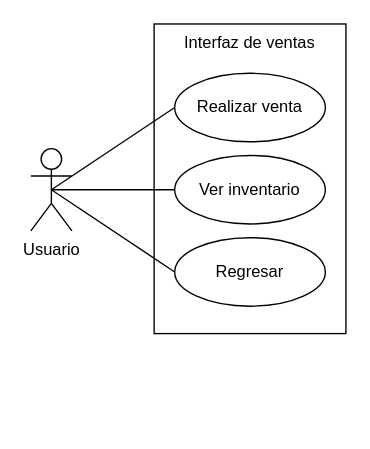
Earlier version of the draw.io diagram interfaz de ventas.drawio (Ovills/analisis). Source tidied: cells renumbered, new cells numbered last; positions are measured from the earlier drawing's top-left corner, leaving out a move shared by most shapes. Both pictures are drawn from the tidied source at 137%, with x=0, y=0 at pixel (30, 23).
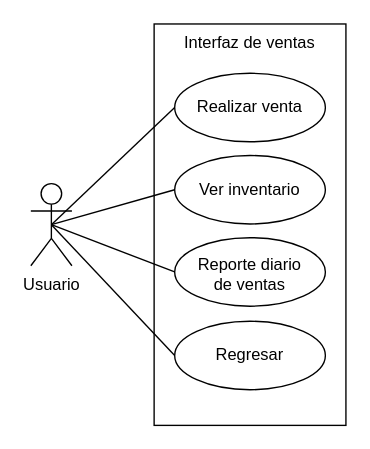
The same page after the edit.

Diff of the diagram source:
```diff
@@
 <mxGraphModel>
   <root>
     <mxCell id="0" />
     <mxCell id="1" parent="0" />
     <mxCell id="2" value="Usuario" style="shape=umlActor;verticalLabelPosition=bottom;verticalAlign=top;html=1;outlineConnect=0;fillColor=none;" parent="1" vertex="1">
-      <mxGeometry y="91" width="30" height="60" as="geometry" />
+      <mxGeometry y="116.5" width="30" height="60" as="geometry" />
     </mxCell>
     <mxCell id="3" value="Interfaz de ventas" style="rounded=0;whiteSpace=wrap;html=1;fillColor=none;verticalAlign=top;" parent="1" vertex="1">
-      <mxGeometry x="90" width="140" height="226" as="geometry" />
+      <mxGeometry x="90" width="140" height="293" as="geometry" />
     </mxCell>
     <mxCell id="4" value="Realizar venta" style="ellipse;whiteSpace=wrap;html=1;fillColor=none;" parent="1" vertex="1">
       <mxGeometry x="105" y="36" width="110" height="50" as="geometry" />
     </mxCell>
     <mxCell id="5" value="Ver inventario" style="ellipse;whiteSpace=wrap;html=1;fillColor=none;" parent="1" vertex="1">
       <mxGeometry x="105" y="96" width="110" height="50" as="geometry" />
     </mxCell>
-    <mxCell id="6" value="Regresar" style="ellipse;whiteSpace=wrap;html=1;fillColor=none;" parent="1" vertex="1">
+    <mxCell id="6" value="Reporte diario&lt;br&gt;de ventas" style="ellipse;whiteSpace=wrap;html=1;fillColor=none;spacingTop=3;" parent="1" vertex="1">
       <mxGeometry x="105" y="156" width="110" height="50" as="geometry" />
     </mxCell>
     <mxCell id="7" style="endArrow=none;html=1;rounded=0;exitX=0.5;exitY=0.5;exitDx=0;exitDy=0;exitPerimeter=0;entryX=0;entryY=0.5;entryDx=0;entryDy=0;" parent="1" edge="1" source="2" target="4">
       <mxGeometry relative="1" as="geometry" />
     </mxCell>
     <mxCell id="8" style="endArrow=none;html=1;rounded=0;exitX=0.5;exitY=0.5;exitDx=0;exitDy=0;exitPerimeter=0;entryX=0;entryY=0.5;entryDx=0;entryDy=0;" parent="1" edge="1" source="2" target="5">
       <mxGeometry relative="1" as="geometry" />
     </mxCell>
     <mxCell id="9" style="endArrow=none;html=1;rounded=0;entryX=0;entryY=0.5;entryDx=0;entryDy=0;exitX=0.5;exitY=0.5;exitDx=0;exitDy=0;exitPerimeter=0;" parent="1" edge="1" source="2" target="6">
       <mxGeometry relative="1" as="geometry" />
     </mxCell>
+    <mxCell id="10" value="Regresar" style="ellipse;whiteSpace=wrap;html=1;fillColor=none;" parent="1" vertex="1">
+      <mxGeometry x="105" y="217" width="110" height="50" as="geometry" />
+    </mxCell>
+    <mxCell id="11" style="endArrow=none;html=1;rounded=0;entryX=0;entryY=0.5;entryDx=0;entryDy=0;exitX=0.5;exitY=0.5;exitDx=0;exitDy=0;exitPerimeter=0;" parent="1" edge="1" source="2" target="10">
+      <mxGeometry relative="1" as="geometry" />
+    </mxCell>
   </root>
 </mxGraphModel>
```
